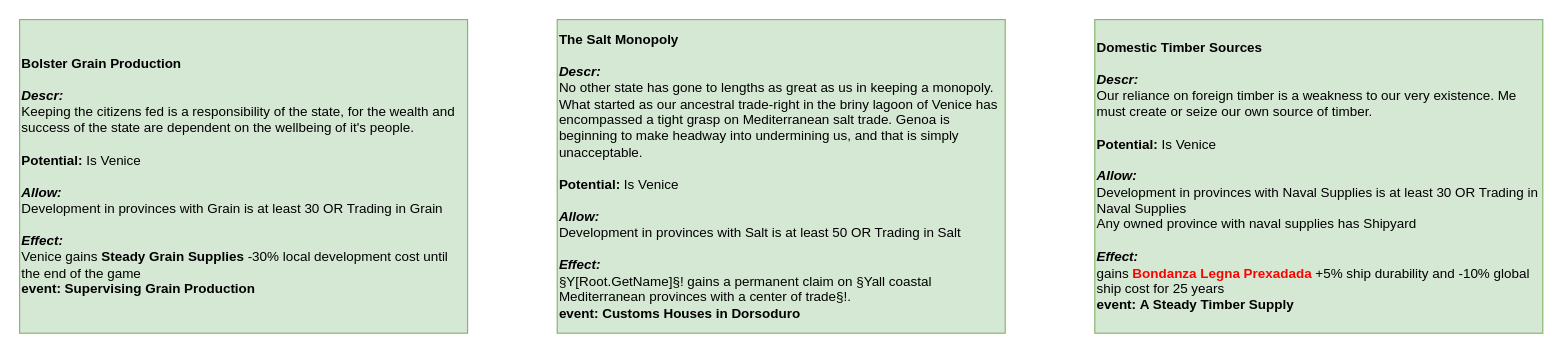
Above: page "Decisions Venice/Milan" (4 of 5) of Lombardy-Venetia/Lombardy-Venetia 0.1.drawio in Melvasul/Missions-Expanded (draw.io), before the change. Source tidied: cells renumbered, new cells numbered last; positions are measured from the earlier drawing's top-left corner, leaving out a move shared by most shapes. Both pictures are drawn from the tidied source at 112%, with x=0, y=0 at pixel (19, 19).
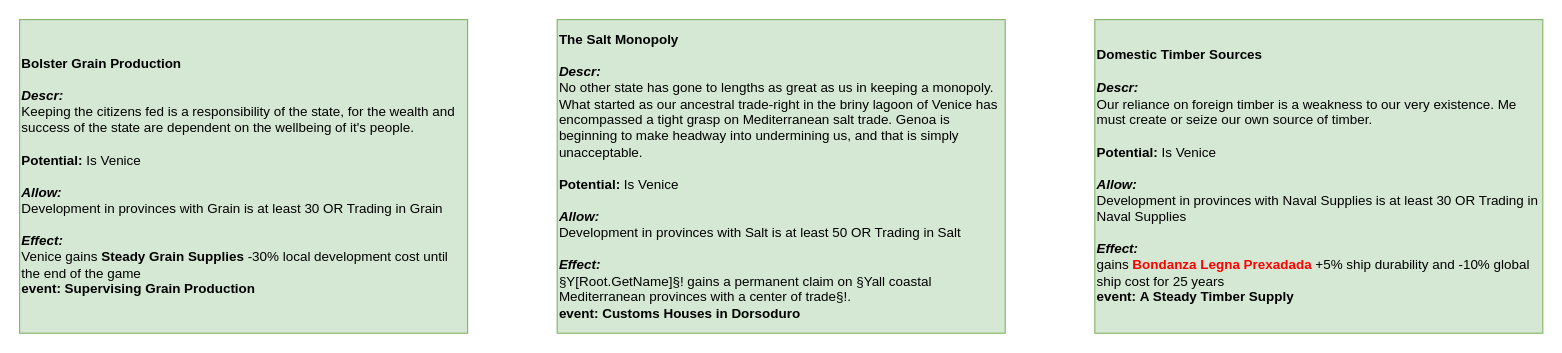
The same page after the edit.

Change to the diagram source:
```diff
@@
 <mxGraphModel>
   <root>
     <mxCell id="0" />
     <mxCell id="1" parent="0" />
     <mxCell id="2" value="&lt;div&gt;&lt;b&gt;Bolster Grain Production&lt;/b&gt;&lt;br&gt;&lt;/div&gt;&lt;div&gt;&lt;b&gt;&lt;br&gt;&lt;/b&gt;&lt;/div&gt;&lt;div&gt;&lt;b&gt;&lt;i&gt;Descr:&lt;/i&gt;&lt;/b&gt;&amp;nbsp;&lt;/div&gt;&lt;div&gt;Keeping the citizens fed is a responsibility of the state, for the wealth and success of the state are dependent on the wellbeing of it's people.&lt;br&gt;&lt;/div&gt;&lt;div&gt;&lt;br&gt;&lt;/div&gt;&lt;div&gt;&lt;b&gt;Potential:&lt;/b&gt; Is Venice&lt;/div&gt;&lt;div&gt;&lt;br&gt;&lt;/div&gt;&lt;div style=&quot;font-size: 12px&quot;&gt;&lt;span style=&quot;font-size: 12px&quot;&gt;&lt;b&gt;&lt;i&gt;Allow:&lt;/i&gt;&lt;/b&gt;&lt;/span&gt;&lt;/div&gt;&lt;div style=&quot;font-size: 12px&quot;&gt;Development in provinces with Grain is at least 30 OR Trading in Grain&lt;/div&gt;&lt;div style=&quot;font-size: 12px&quot;&gt;&lt;br&gt;&lt;/div&gt;&lt;div style=&quot;font-size: 12px&quot;&gt;&lt;span style=&quot;font-size: 12px&quot;&gt;&lt;b&gt;&lt;i&gt;Effect:&lt;/i&gt;&lt;/b&gt;&lt;/span&gt;&lt;/div&gt;&lt;div style=&quot;font-size: 12px&quot;&gt;Venice gains&amp;nbsp;&lt;b&gt;Steady Grain Supplies&lt;/b&gt;&amp;nbsp;-30% local development cost until the end of the game&lt;/div&gt;&lt;div&gt;&lt;/div&gt;&lt;b&gt;event: Supervising Grain Production&lt;/b&gt;" style="rounded=0;whiteSpace=wrap;html=1;fillColor=#d5e8d4;strokeColor=#82b366;fontSize=12;align=left;" parent="1" vertex="1">
       <mxGeometry width="400" height="280" as="geometry" />
     </mxCell>
     <mxCell id="3" value="&lt;div&gt;&lt;b&gt;The Salt Monopoly&lt;/b&gt;&lt;br&gt;&lt;/div&gt;&lt;div&gt;&lt;b&gt;&lt;br&gt;&lt;/b&gt;&lt;/div&gt;&lt;div&gt;&lt;b&gt;&lt;i&gt;Descr:&lt;/i&gt;&lt;/b&gt;&amp;nbsp;&lt;/div&gt;&lt;div&gt;No other state has gone to lengths as great as us in keeping a monopoly. What started as our ancestral trade-right in the briny lagoon of Venice has encompassed a tight grasp on Mediterranean salt trade. Genoa is beginning to make headway into undermining us, and that is simply unacceptable.&lt;/div&gt;&lt;div&gt;&lt;br&gt;&lt;/div&gt;&lt;div&gt;&lt;b&gt;Potential:&lt;/b&gt;&amp;nbsp;Is Venice&lt;/div&gt;&lt;div&gt;&lt;br&gt;&lt;/div&gt;&lt;div&gt;&lt;b&gt;&lt;i&gt;Allow:&lt;/i&gt;&lt;/b&gt;&lt;/div&gt;&lt;div style=&quot;font-size: 12px&quot;&gt;Development in provinces with Salt is at least 50&amp;nbsp;OR Trading in Salt&lt;/div&gt;&lt;div style=&quot;font-size: 12px&quot;&gt;&lt;br&gt;&lt;/div&gt;&lt;div style=&quot;font-size: 12px&quot;&gt;&lt;span style=&quot;font-size: 12px&quot;&gt;&lt;b&gt;&lt;i&gt;Effect:&lt;/i&gt;&lt;/b&gt;&lt;/span&gt;&lt;/div&gt;&lt;div&gt;§Y[Root.GetName]§! gains a permanent claim on §Yall coastal Mediterranean provinces with a center of trade§!.&lt;br&gt;&lt;/div&gt;&lt;div&gt;&lt;/div&gt;&lt;b&gt;event:&amp;nbsp;Customs Houses in Dorsoduro&lt;/b&gt;" style="rounded=0;whiteSpace=wrap;html=1;fillColor=#d5e8d4;strokeColor=#82b366;fontSize=12;align=left;" parent="1" vertex="1">
       <mxGeometry x="480" width="400" height="280" as="geometry" />
     </mxCell>
-    <mxCell id="4" value="&lt;div&gt;&lt;b&gt;Domestic Timber Sources&lt;/b&gt;&lt;br&gt;&lt;/div&gt;&lt;div&gt;&lt;b&gt;&lt;br&gt;&lt;/b&gt;&lt;/div&gt;&lt;div&gt;&lt;b&gt;&lt;i&gt;Descr:&lt;/i&gt;&lt;/b&gt;&amp;nbsp;&lt;/div&gt;&lt;div&gt;Our reliance on foreign timber is a weakness to our very existence. Me must create or seize our own source of timber.&lt;/div&gt;&lt;div&gt;&lt;br&gt;&lt;/div&gt;&lt;div&gt;&lt;b&gt;Potential:&lt;/b&gt;&amp;nbsp;Is Venice&lt;/div&gt;&lt;div&gt;&lt;br&gt;&lt;/div&gt;&lt;div&gt;&lt;b&gt;&lt;i&gt;Allow:&lt;/i&gt;&lt;/b&gt;&lt;/div&gt;&lt;div style=&quot;font-size: 12px&quot;&gt;Development in provinces with Naval Supplies is at least 30 OR Trading in Naval Supplies&lt;/div&gt;&lt;div style=&quot;font-size: 12px&quot;&gt;Any owned province with naval supplies has Shipyard&lt;/div&gt;&lt;div style=&quot;font-size: 12px&quot;&gt;&lt;br&gt;&lt;/div&gt;&lt;div style=&quot;font-size: 12px&quot;&gt;&lt;span style=&quot;font-size: 12px&quot;&gt;&lt;b&gt;&lt;i&gt;Effect:&lt;/i&gt;&lt;/b&gt;&lt;/span&gt;&lt;/div&gt;&lt;div&gt;gains &lt;font color=&quot;#ff0000&quot;&gt;&lt;b&gt;Bondanza Legna Prexadada&lt;/b&gt;&lt;/font&gt;&amp;nbsp;+&lt;font&gt;5&lt;/font&gt;% ship durability and -10% global ship cost for 25 years&lt;br&gt;&lt;/div&gt;&lt;div&gt;&lt;/div&gt;&lt;b&gt;event:&amp;nbsp;A Steady Timber Supply&lt;/b&gt;" style="rounded=0;whiteSpace=wrap;html=1;fillColor=#d5e8d4;strokeColor=#82b366;fontSize=12;align=left;labelBackgroundColor=none;fontColor=#000000;" parent="1" vertex="1">
+    <mxCell id="4" value="&lt;div&gt;&lt;b&gt;Domestic Timber Sources&lt;/b&gt;&lt;br&gt;&lt;/div&gt;&lt;div&gt;&lt;b&gt;&lt;br&gt;&lt;/b&gt;&lt;/div&gt;&lt;div&gt;&lt;b&gt;&lt;i&gt;Descr:&lt;/i&gt;&lt;/b&gt;&amp;nbsp;&lt;/div&gt;&lt;div&gt;Our reliance on foreign timber is a weakness to our very existence. Me must create or seize our own source of timber.&lt;/div&gt;&lt;div&gt;&lt;br&gt;&lt;/div&gt;&lt;div&gt;&lt;b&gt;Potential:&lt;/b&gt;&amp;nbsp;Is Venice&lt;/div&gt;&lt;div&gt;&lt;br&gt;&lt;/div&gt;&lt;div&gt;&lt;b&gt;&lt;i&gt;Allow:&lt;/i&gt;&lt;/b&gt;&lt;/div&gt;&lt;div style=&quot;font-size: 12px&quot;&gt;Development in provinces with Naval Supplies is at least 30 OR Trading in Naval Supplies&lt;/div&gt;&lt;div style=&quot;font-size: 12px&quot;&gt;&lt;br&gt;&lt;/div&gt;&lt;div style=&quot;font-size: 12px&quot;&gt;&lt;span style=&quot;font-size: 12px&quot;&gt;&lt;b&gt;&lt;i&gt;Effect:&lt;/i&gt;&lt;/b&gt;&lt;/span&gt;&lt;/div&gt;&lt;div&gt;gains &lt;font color=&quot;#ff0000&quot;&gt;&lt;b&gt;Bondanza Legna Prexadada&lt;/b&gt;&lt;/font&gt;&amp;nbsp;+&lt;font&gt;5&lt;/font&gt;% ship durability and -10% global ship cost for 25 years&lt;br&gt;&lt;/div&gt;&lt;div&gt;&lt;/div&gt;&lt;b&gt;event:&amp;nbsp;A Steady Timber Supply&lt;/b&gt;" style="rounded=0;whiteSpace=wrap;html=1;fillColor=#d5e8d4;strokeColor=#82b366;fontSize=12;align=left;labelBackgroundColor=none;fontColor=#000000;" parent="1" vertex="1">
       <mxGeometry x="960" width="400" height="280" as="geometry" />
     </mxCell>
   </root>
 </mxGraphModel>
```
